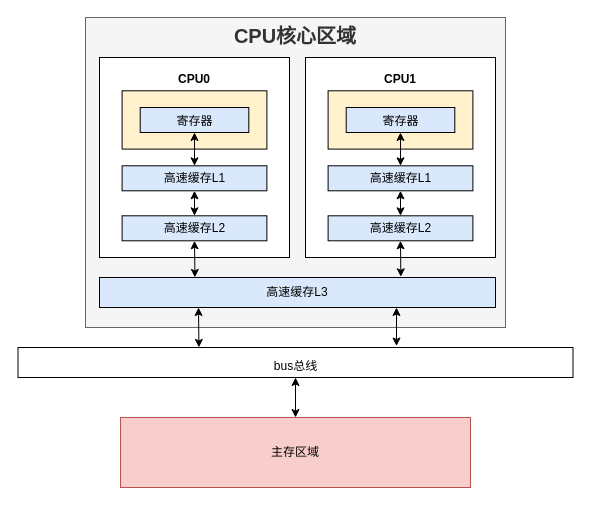
Before: page "物理内存模型" (1 of 3) of docs/draw/内存模型.drawio in MinChiang/blog, a draw.io diagram. Source tidied: cells renumbered, new cells numbered last; positions are measured from the earlier drawing's top-left corner, leaving out a move shared by most shapes. Both pictures are drawn from the tidied source at 100%, with x=0, y=0 at pixel (17, 17).
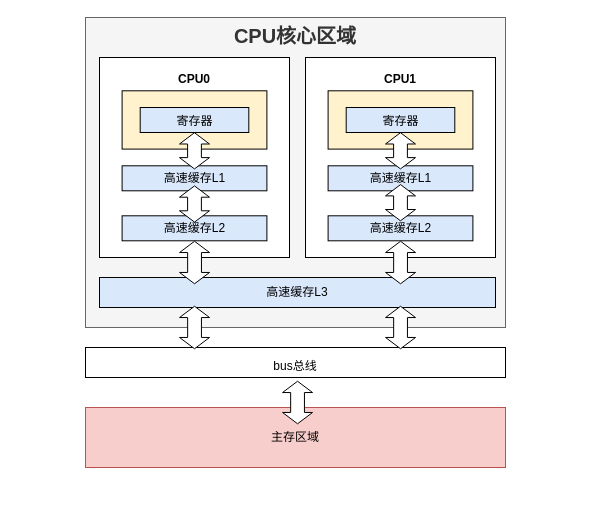
Above is the later version.

Unchanged cells that the change refers to:
```xml
<mxCell id="6" value="高速缓存L3" style="rounded=0;whiteSpace=wrap;html=1;verticalAlign=middle;fillColor=#dae8fc;" parent="1" vertex="1">
  <mxGeometry x="82" y="260" width="396" height="30" as="geometry" />
</mxCell>
<mxCell id="7" style="group;" parent="1" vertex="1">
  <mxGeometry x="288" y="40" width="190" height="200" as="geometry" />
</mxCell>
<mxCell id="10" value="寄存器" style="rounded=0;whiteSpace=wrap;html=1;verticalAlign=top;fillColor=#dae8fc;strokeColor=default;" parent="7" vertex="1">
  <mxGeometry x="40.7" y="50" width="108.6" height="25" as="geometry" />
</mxCell>
<mxCell id="11" value="高速缓存L1" style="rounded=0;whiteSpace=wrap;html=1;verticalAlign=middle;fillColor=#dae8fc;" parent="7" vertex="1">
  <mxGeometry x="22.6" y="108.3" width="144.8" height="25" as="geometry" />
</mxCell>
<mxCell id="14" value="高速缓存L2" style="rounded=0;whiteSpace=wrap;html=1;verticalAlign=middle;fillColor=#dae8fc;" parent="7" vertex="1">
  <mxGeometry x="22.6" y="158.3" width="144.8" height="25" as="geometry" />
</mxCell>
<mxCell id="18" value="寄存器" style="rounded=0;whiteSpace=wrap;html=1;verticalAlign=top;fillColor=#dae8fc;strokeColor=default;" parent="15" vertex="1">
  <mxGeometry x="40.7" y="50" width="108.6" height="25" as="geometry" />
</mxCell>
<mxCell id="19" value="高速缓存L1" style="rounded=0;whiteSpace=wrap;html=1;verticalAlign=middle;fillColor=#dae8fc;" parent="15" vertex="1">
  <mxGeometry x="22.6" y="108.3" width="144.8" height="25" as="geometry" />
</mxCell>
<mxCell id="22" value="高速缓存L2" style="rounded=0;whiteSpace=wrap;html=1;verticalAlign=middle;fillColor=#dae8fc;" parent="15" vertex="1">
  <mxGeometry x="22.6" y="158.3" width="144.8" height="25" as="geometry" />
</mxCell>
```

The edit, as a diff of the source:
```diff
@@
     <mxCell id="3" value="主存区域" style="rounded=0;whiteSpace=wrap;html=1;verticalAlign=middle;fillColor=#f8cecc;strokeColor=#b85450;" parent="1" vertex="1">
-      <mxGeometry x="103" y="400" width="350" height="70" as="geometry" />
+      <mxGeometry x="68" y="390" width="420" height="60" as="geometry" />
     </mxCell>
-    <mxCell id="4" style="edgeStyle=none;rounded=0;jettySize=auto;html=1;exitX=0.25;exitY=1;exitDx=0;exitDy=0;entryX=0.326;entryY=-0.003;entryDx=0;entryDy=0;entryPerimeter=0;fontSize=12;startArrow=classic;startFill=1;" parent="1" edge="1" source="6" target="26">
-      <mxGeometry relative="1" as="geometry" />
-    </mxCell>
-    <mxCell id="5" style="edgeStyle=none;rounded=0;jettySize=auto;html=1;exitX=0.75;exitY=1;exitDx=0;exitDy=0;entryX=0.682;entryY=-0.05;entryDx=0;entryDy=0;entryPerimeter=0;fontSize=12;startArrow=classic;startFill=1;" parent="1" edge="1" source="6" target="26">
-      <mxGeometry relative="1" as="geometry" />
-    </mxCell>
@@
-    <mxCell id="12" style="edgeStyle=none;rounded=0;jettySize=auto;html=1;exitX=0.5;exitY=1;exitDx=0;exitDy=0;entryX=0.5;entryY=0;entryDx=0;entryDy=0;fontSize=20;startArrow=classic;startFill=1;" parent="7" edge="1" source="10" target="11">
-      <mxGeometry relative="1" as="geometry" />
-    </mxCell>
-    <mxCell id="13" style="edgeStyle=none;rounded=0;jettySize=auto;html=1;exitX=0.5;exitY=0;exitDx=0;exitDy=0;entryX=0.5;entryY=1;entryDx=0;entryDy=0;fontSize=20;startArrow=classic;startFill=1;" parent="7" edge="1" source="14" target="11">
-      <mxGeometry relative="1" as="geometry" />
-    </mxCell>
@@
+    <mxCell id="27" style="html=1;shadow=0;dashed=0;align=center;verticalAlign=middle;shape=mxgraph.arrows2.twoWayArrow;dy=0.54;dx=11.29;rotation=90;" parent="7" vertex="1">
+      <mxGeometry x="76.9" y="130.2" width="36.2" height="30" as="geometry" />
+    </mxCell>
+    <mxCell id="28" style="html=1;shadow=0;dashed=0;align=center;verticalAlign=middle;shape=mxgraph.arrows2.twoWayArrow;dy=0.54;dx=11.29;rotation=90;" parent="7" vertex="1">
+      <mxGeometry x="76.9" y="78.3" width="36.2" height="30" as="geometry" />
+    </mxCell>
     <mxCell id="15" style="group;" parent="1" vertex="1">
-      <mxGeometry x="82" y="40" width="190" height="200" as="geometry" />
+      <mxGeometry x="82" y="40" width="190" height="220" as="geometry" />
     </mxCell>
@@
-    <mxCell id="20" style="edgeStyle=none;rounded=0;jettySize=auto;html=1;exitX=0.5;exitY=1;exitDx=0;exitDy=0;entryX=0.5;entryY=0;entryDx=0;entryDy=0;fontSize=20;startArrow=classic;startFill=1;" parent="15" edge="1" source="18" target="19">
-      <mxGeometry relative="1" as="geometry" />
-    </mxCell>
-    <mxCell id="21" style="edgeStyle=none;rounded=0;jettySize=auto;html=1;exitX=0.5;exitY=0;exitDx=0;exitDy=0;entryX=0.5;entryY=1;entryDx=0;entryDy=0;fontSize=20;startArrow=classic;startFill=1;" parent="15" edge="1" source="22" target="19">
-      <mxGeometry relative="1" as="geometry" />
-    </mxCell>
@@
-    <mxCell id="23" style="edgeStyle=none;rounded=0;jettySize=auto;html=1;exitX=0.5;exitY=1;exitDx=0;exitDy=0;entryX=0.241;entryY=-0.003;entryDx=0;entryDy=0;entryPerimeter=0;fontSize=20;startArrow=classic;startFill=1;" parent="1" edge="1" source="22" target="6">
-      <mxGeometry relative="1" as="geometry" />
-    </mxCell>
-    <mxCell id="24" style="edgeStyle=none;rounded=0;jettySize=auto;html=1;exitX=0.5;exitY=1;exitDx=0;exitDy=0;entryX=0.761;entryY=-0.024;entryDx=0;entryDy=0;entryPerimeter=0;fontSize=20;startArrow=classic;startFill=1;" parent="1" edge="1" source="14" target="6">
-      <mxGeometry relative="1" as="geometry" />
-    </mxCell>
-    <mxCell id="25" style="edgeStyle=none;rounded=0;jettySize=auto;html=1;exitX=0.5;exitY=1;exitDx=0;exitDy=0;entryX=0.5;entryY=0;entryDx=0;entryDy=0;fontSize=12;startArrow=classic;startFill=1;" parent="1" edge="1" source="26" target="3">
-      <mxGeometry relative="1" as="geometry" />
-    </mxCell>
+    <mxCell id="29" style="html=1;shadow=0;dashed=0;align=center;verticalAlign=middle;shape=mxgraph.arrows2.twoWayArrow;dy=0.54;dx=11.29;rotation=90;" parent="15" vertex="1">
+      <mxGeometry x="73.8" y="190" width="42.5" height="30" as="geometry" />
+    </mxCell>
+    <mxCell id="30" style="html=1;shadow=0;dashed=0;align=center;verticalAlign=middle;shape=mxgraph.arrows2.twoWayArrow;dy=0.54;dx=11.29;rotation=90;" parent="15" vertex="1">
+      <mxGeometry x="76.9" y="131.5" width="36.2" height="30" as="geometry" />
+    </mxCell>
+    <mxCell id="31" style="html=1;shadow=0;dashed=0;align=center;verticalAlign=middle;shape=mxgraph.arrows2.twoWayArrow;dy=0.54;dx=11.29;rotation=90;" parent="15" vertex="1">
+      <mxGeometry x="76.9" y="78.3" width="36.2" height="30" as="geometry" />
+    </mxCell>
     <mxCell id="26" value="&lt;font style=&quot;font-size: 12px;&quot;&gt;bus总线&lt;/font&gt;" style="rounded=0;whiteSpace=wrap;html=1;fontSize=20;verticalAlign=middle;" parent="1" vertex="1">
-      <mxGeometry x="0.5" y="330" width="555" height="30" as="geometry" />
+      <mxGeometry x="68" y="330" width="420" height="30" as="geometry" />
     </mxCell>
+    <mxCell id="32" style="html=1;shadow=0;dashed=0;align=center;verticalAlign=middle;shape=mxgraph.arrows2.twoWayArrow;dy=0.54;dx=11.29;rotation=90;" parent="1" vertex="1">
+      <mxGeometry x="258.8" y="370" width="42.5" height="30" as="geometry" />
+    </mxCell>
+    <mxCell id="33" style="html=1;shadow=0;dashed=0;align=center;verticalAlign=middle;shape=mxgraph.arrows2.twoWayArrow;dy=0.54;dx=11.29;rotation=90;" parent="1" vertex="1">
+      <mxGeometry x="155.8" y="295" width="42.5" height="30" as="geometry" />
+    </mxCell>
+    <mxCell id="34" style="html=1;shadow=0;dashed=0;align=center;verticalAlign=middle;shape=mxgraph.arrows2.twoWayArrow;dy=0.54;dx=11.29;rotation=90;" parent="1" vertex="1">
+      <mxGeometry x="361.8" y="230" width="42.5" height="30" as="geometry" />
+    </mxCell>
+    <mxCell id="35" style="html=1;shadow=0;dashed=0;align=center;verticalAlign=middle;shape=mxgraph.arrows2.twoWayArrow;dy=0.54;dx=11.29;rotation=90;" parent="1" vertex="1">
+      <mxGeometry x="361.8" y="295" width="42.5" height="30" as="geometry" />
+    </mxCell>
```
